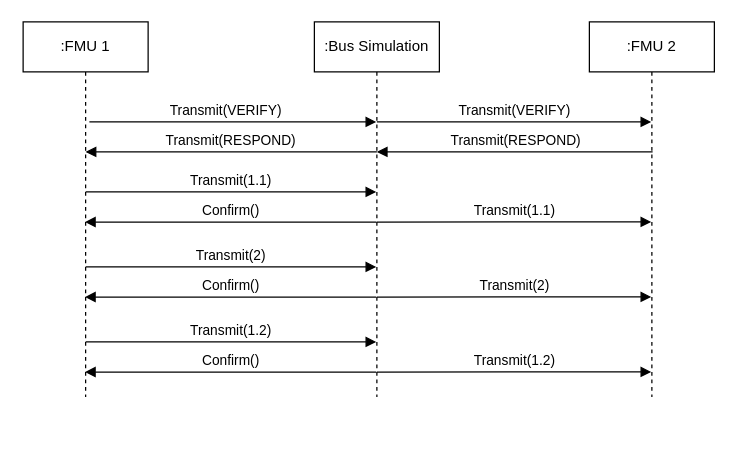
Earlier version of the draw.io diagram docs/images/ethernet_transmit_fragmented.drawio (modelica/fmi-ls-bus). Source tidied: cells renumbered, new cells numbered last; positions are measured from the earlier drawing's top-left corner, leaving out a move shared by most shapes. Both pictures are drawn from the tidied source at 125%, with x=0, y=0 at pixel (22, 21).
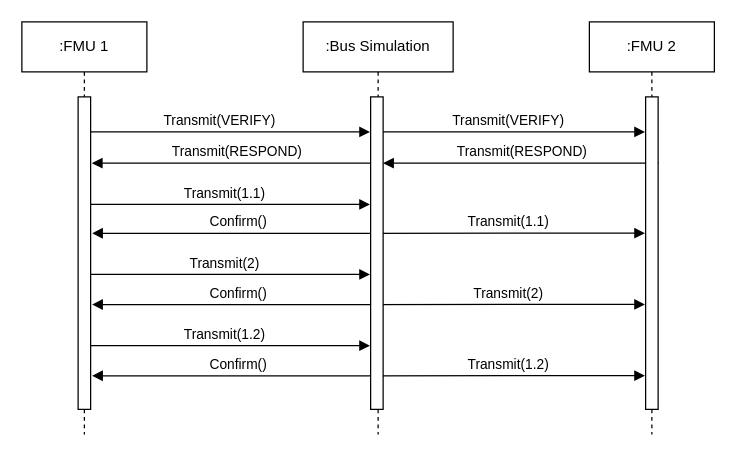
The same page after the edit.

Commit message (it also covers changes not shown here):
Reworking Ethernet seq. diagrams

Diff of the diagram source:
```diff
@@
     <mxCell id="2" value=":FMU 1" style="shape=umlLifeline;perimeter=lifelinePerimeter;whiteSpace=wrap;html=1;outlineConnect=0;portConstraint=eastwest;newEdgeStyle={&quot;edgeStyle&quot;:&quot;elbowEdgeStyle&quot;,&quot;elbow&quot;:&quot;vertical&quot;,&quot;curved&quot;:0,&quot;rounded&quot;:0};" parent="1" vertex="1">
-      <mxGeometry width="100" height="300" as="geometry" />
+      <mxGeometry x="-1" width="100" height="330" as="geometry" />
     </mxCell>
     <mxCell id="3" value=":Bus Simulation" style="shape=umlLifeline;perimeter=lifelinePerimeter;whiteSpace=wrap;html=1;outlineConnect=0;portConstraint=eastwest;newEdgeStyle={&quot;edgeStyle&quot;:&quot;elbowEdgeStyle&quot;,&quot;elbow&quot;:&quot;vertical&quot;,&quot;curved&quot;:0,&quot;rounded&quot;:0};" parent="1" vertex="1">
-      <mxGeometry x="233" width="100" height="300" as="geometry" />
+      <mxGeometry x="224" width="120" height="330" as="geometry" />
     </mxCell>
     <mxCell id="4" value=":FMU 2" style="shape=umlLifeline;perimeter=lifelinePerimeter;whiteSpace=wrap;html=1;outlineConnect=0;portConstraint=eastwest;newEdgeStyle={&quot;edgeStyle&quot;:&quot;elbowEdgeStyle&quot;,&quot;elbow&quot;:&quot;vertical&quot;,&quot;curved&quot;:0,&quot;rounded&quot;:0};" parent="1" vertex="1">
-      <mxGeometry x="453" width="100" height="300" as="geometry" />
+      <mxGeometry x="453" width="100" height="330" as="geometry" />
     </mxCell>
     <mxCell id="5" value="Transmit(1.1)" style="html=1;verticalAlign=bottom;endArrow=block;edgeStyle=elbowEdgeStyle;elbow=vertical;curved=0;rounded=0;" parent="1" edge="1">
       <mxGeometry relative="1" as="geometry">
-        <mxPoint x="50" y="136" as="sourcePoint" />
-        <mxPoint x="282.5" y="136" as="targetPoint" />
+        <mxPoint x="45" y="146" as="sourcePoint" />
+        <mxPoint x="277.5" y="146" as="targetPoint" />
       </mxGeometry>
     </mxCell>
-    <mxCell id="6" value="Transmit(1.1)" style="html=1;verticalAlign=bottom;endArrow=block;edgeStyle=elbowEdgeStyle;elbow=vertical;curved=0;rounded=0;" parent="1" edge="1" target="4">
+    <mxCell id="6" value="Transmit(1.1)" style="html=1;verticalAlign=bottom;endArrow=block;edgeStyle=elbowEdgeStyle;elbow=vertical;curved=0;rounded=0;" parent="1" edge="1">
       <mxGeometry relative="1" as="geometry">
-        <mxPoint x="282.8" y="160.1" as="sourcePoint" />
+        <mxPoint x="277.8" y="169.1" as="sourcePoint" />
+        <mxPoint x="497.5" y="169" as="targetPoint" />
       </mxGeometry>
     </mxCell>
-    <mxCell id="7" value="Confirm()" style="html=1;verticalAlign=bottom;endArrow=block;edgeStyle=elbowEdgeStyle;elbow=vertical;curved=0;rounded=0;" parent="1" edge="1" target="2">
+    <mxCell id="7" value="Confirm()" style="html=1;verticalAlign=bottom;endArrow=block;edgeStyle=elbowEdgeStyle;elbow=vertical;curved=0;rounded=0;" parent="1" edge="1">
       <mxGeometry relative="1" as="geometry">
-        <mxPoint x="282.5" y="160.1" as="sourcePoint" />
+        <mxPoint x="288.5" y="169.1" as="sourcePoint" />
+        <mxPoint x="55.2" y="169.1" as="targetPoint" />
         <Array as="points">
-          <mxPoint x="163" y="160.1" />
+          <mxPoint x="169" y="169.1" />
         </Array>
       </mxGeometry>
     </mxCell>
     <mxCell id="8" value="Transmit(2)" style="html=1;verticalAlign=bottom;endArrow=block;edgeStyle=elbowEdgeStyle;elbow=vertical;curved=0;rounded=0;" parent="1" edge="1">
       <mxGeometry relative="1" as="geometry">
-        <mxPoint x="50" y="196" as="sourcePoint" />
-        <mxPoint x="282.5" y="196" as="targetPoint" />
+        <mxPoint x="45" y="202" as="sourcePoint" />
+        <mxPoint x="277.5" y="202" as="targetPoint" />
       </mxGeometry>
     </mxCell>
-    <mxCell id="9" value="Transmit(2)" style="html=1;verticalAlign=bottom;endArrow=block;edgeStyle=elbowEdgeStyle;elbow=vertical;curved=0;rounded=0;" parent="1" edge="1" target="4">
+    <mxCell id="9" value="Transmit(2)" style="html=1;verticalAlign=bottom;endArrow=block;edgeStyle=elbowEdgeStyle;elbow=vertical;curved=0;rounded=0;" parent="1" edge="1">
       <mxGeometry relative="1" as="geometry">
-        <mxPoint x="283" y="220.1" as="sourcePoint" />
+        <mxPoint x="278" y="226.1" as="sourcePoint" />
+        <mxPoint x="497.5" y="226" as="targetPoint" />
       </mxGeometry>
     </mxCell>
-    <mxCell id="10" value="Confirm()" style="html=1;verticalAlign=bottom;endArrow=block;edgeStyle=elbowEdgeStyle;elbow=vertical;curved=0;rounded=0;" parent="1" edge="1" target="2">
+    <mxCell id="10" value="Confirm()" style="html=1;verticalAlign=bottom;endArrow=block;edgeStyle=elbowEdgeStyle;elbow=vertical;curved=0;rounded=0;" parent="1" edge="1">
       <mxGeometry relative="1" as="geometry">
-        <mxPoint x="282.5" y="220.1" as="sourcePoint" />
+        <mxPoint x="288.5" y="226.1" as="sourcePoint" />
+        <mxPoint x="55.2" y="226.1" as="targetPoint" />
         <Array as="points">
-          <mxPoint x="163" y="220.1" />
+          <mxPoint x="169" y="226.1" />
         </Array>
       </mxGeometry>
     </mxCell>
     <mxCell id="11" value="Transmit(1.2)" style="html=1;verticalAlign=bottom;endArrow=block;edgeStyle=elbowEdgeStyle;elbow=vertical;curved=0;rounded=0;" parent="1" edge="1">
       <mxGeometry relative="1" as="geometry">
-        <mxPoint x="50" y="256" as="sourcePoint" />
-        <mxPoint x="282.5" y="256" as="targetPoint" />
+        <mxPoint x="45" y="259" as="sourcePoint" />
+        <mxPoint x="277.5" y="259" as="targetPoint" />
       </mxGeometry>
     </mxCell>
-    <mxCell id="12" value="Transmit(1.2)" style="html=1;verticalAlign=bottom;endArrow=block;edgeStyle=elbowEdgeStyle;elbow=vertical;curved=0;rounded=0;" parent="1" edge="1" target="4">
+    <mxCell id="12" value="Transmit(1.2)" style="html=1;verticalAlign=bottom;endArrow=block;edgeStyle=elbowEdgeStyle;elbow=vertical;curved=0;rounded=0;" parent="1" edge="1">
       <mxGeometry relative="1" as="geometry">
-        <mxPoint x="283" y="280.1" as="sourcePoint" />
+        <mxPoint x="278" y="283.1" as="sourcePoint" />
+        <mxPoint x="497.5" y="283" as="targetPoint" />
       </mxGeometry>
     </mxCell>
-    <mxCell id="13" value="Confirm()" style="html=1;verticalAlign=bottom;endArrow=block;edgeStyle=elbowEdgeStyle;elbow=vertical;curved=0;rounded=0;" parent="1" edge="1" target="2">
+    <mxCell id="13" value="Confirm()" style="html=1;verticalAlign=bottom;endArrow=block;edgeStyle=elbowEdgeStyle;elbow=vertical;curved=0;rounded=0;" parent="1" edge="1">
       <mxGeometry relative="1" as="geometry">
-        <mxPoint x="282.5" y="280.1" as="sourcePoint" />
+        <mxPoint x="288.5" y="283.1" as="sourcePoint" />
+        <mxPoint x="55.2" y="283.1" as="targetPoint" />
         <Array as="points">
-          <mxPoint x="163" y="280.1" />
+          <mxPoint x="169" y="283.1" />
         </Array>
       </mxGeometry>
     </mxCell>
-    <mxCell id="14" value="Transmit(VERIFY)" style="html=1;verticalAlign=bottom;endArrow=block;edgeStyle=elbowEdgeStyle;elbow=vertical;curved=0;rounded=0;" parent="1" edge="1" target="3">
+    <mxCell id="14" value="Transmit(VERIFY)" style="html=1;verticalAlign=bottom;endArrow=block;edgeStyle=elbowEdgeStyle;elbow=vertical;curved=0;rounded=0;" parent="1" edge="1">
       <mxGeometry x="0.14" relative="1" as="geometry">
-        <mxPoint x="103" y="80" as="sourcePoint" />
+        <mxPoint x="98" y="88" as="sourcePoint" />
+        <mxPoint x="277.5" y="88" as="targetPoint" />
         <Array as="points">
-          <mxPoint x="53" y="80" />
+          <mxPoint x="48" y="88" />
         </Array>
       </mxGeometry>
     </mxCell>
-    <mxCell id="15" value="Transmit(VERIFY)" style="html=1;verticalAlign=bottom;endArrow=block;edgeStyle=elbowEdgeStyle;elbow=vertical;curved=0;rounded=0;" parent="1" edge="1" target="4">
+    <mxCell id="15" value="Transmit(VERIFY)" style="html=1;verticalAlign=bottom;endArrow=block;edgeStyle=elbowEdgeStyle;elbow=vertical;curved=0;rounded=0;" parent="1" edge="1">
       <mxGeometry relative="1" as="geometry">
-        <mxPoint x="283" y="80" as="sourcePoint" />
+        <mxPoint x="278" y="88" as="sourcePoint" />
+        <mxPoint x="497.5" y="88" as="targetPoint" />
       </mxGeometry>
     </mxCell>
     <mxCell id="16" value="Transmit(RESPOND)" style="html=1;verticalAlign=bottom;endArrow=block;edgeStyle=elbowEdgeStyle;elbow=vertical;curved=0;rounded=0;entryX=0.506;entryY=0.333;entryDx=0;entryDy=0;entryPerimeter=0;exitX=0.506;exitY=0.333;exitDx=0;exitDy=0;exitPerimeter=0;" parent="1" edge="1">
       <mxGeometry relative="1" as="geometry">
-        <mxPoint x="503.6" y="103.9" as="sourcePoint" />
-        <mxPoint x="283" y="104" as="targetPoint" />
+        <mxPoint x="508.6" y="112.9" as="sourcePoint" />
+        <mxPoint x="288" y="113" as="targetPoint" />
       </mxGeometry>
     </mxCell>
     <mxCell id="17" value="Transmit(RESPOND)" style="html=1;verticalAlign=bottom;endArrow=block;edgeStyle=elbowEdgeStyle;elbow=vertical;curved=0;rounded=0;exitX=0.506;exitY=0.333;exitDx=0;exitDy=0;exitPerimeter=0;" parent="1" edge="1">
       <mxGeometry relative="1" as="geometry">
-        <mxPoint x="283" y="104" as="sourcePoint" />
-        <mxPoint x="50" y="104" as="targetPoint" />
+        <mxPoint x="288" y="113" as="sourcePoint" />
+        <mxPoint x="55" y="113" as="targetPoint" />
       </mxGeometry>
     </mxCell>
+    <mxCell id="18" style="perimeter=orthogonalPerimeter;rounded=0;shadow=0;strokeWidth=1;" parent="1" vertex="1">
+      <mxGeometry x="44" y="60" width="10" height="250" as="geometry" />
+    </mxCell>
+    <mxCell id="19" style="perimeter=orthogonalPerimeter;rounded=0;shadow=0;strokeWidth=1;" parent="1" vertex="1">
+      <mxGeometry x="278" y="60" width="10" height="250" as="geometry" />
+    </mxCell>
+    <mxCell id="20" style="perimeter=orthogonalPerimeter;rounded=0;shadow=0;strokeWidth=1;" parent="1" vertex="1">
+      <mxGeometry x="498" y="60" width="10" height="250" as="geometry" />
+    </mxCell>
```
